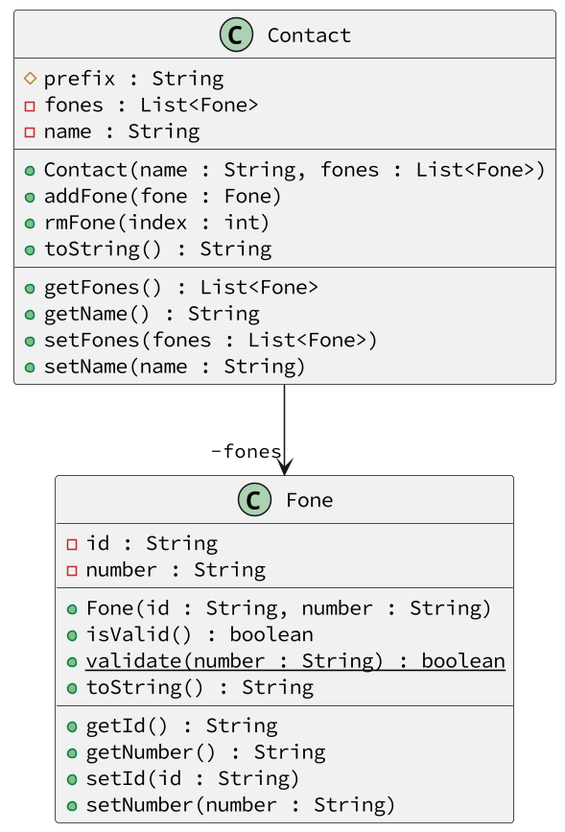
The PlantUML diagram base/014/diagrama.png in qxcodepoo/arcade, before a commit.
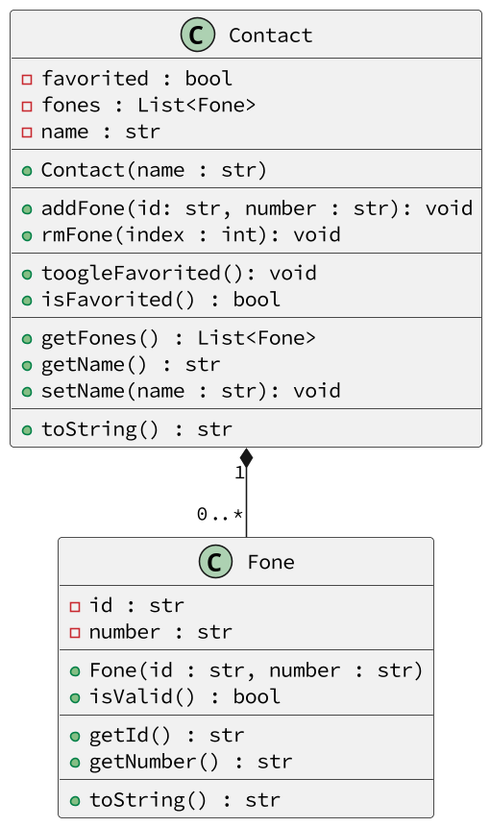
After the commit.

Change to the diagram source:
```diff
@@ -1,34 +1,36 @@
 @startuml
 skinparam defaultFontName Hasklig
 skinparam dpi 150
+class Fone {
+  - id : str
+  - number : str
+  __
+  + Fone(id : str, number : str)
+  + isValid() : bool
+  __
+  + getId() : str
+  + getNumber() : str
+  __
+  + toString() : str
+}
 class Contact {
-  # prefix : String
+  - favorited : bool
   - fones : List<Fone>
-  - name : String
+  - name : str
   __
-  + Contact(name : String, fones : List<Fone>)
-  + addFone(fone : Fone)
-  + rmFone(index : int)
-  + toString() : String
+  + Contact(name : str)
+  __
+  + addFone(id: str, number : str): void
+  + rmFone(index : int): void
+  __
+  + toogleFavorited(): void
+  + isFavorited() : bool
   __
   + getFones() : List<Fone>
-  + getName() : String
-  + setFones(fones : List<Fone>)
-  + setName(name : String)
+  + getName() : str
+  + setName(name : str): void
+  __
+  + toString() : str
 }
-class Fone {
-  - id : String
-  - number : String
-  __
-  + Fone(id : String, number : String)
-  + isValid() : boolean
-  + validate(number : String) : boolean {static}
-  + toString() : String
-  __
-  + getId() : String
-  + getNumber() : String
-  + setId(id : String)
-  + setNumber(number : String)
-}
-Contact -->  "-fones" Fone
+Contact "1" *--  "0..*" Fone
 @enduml
```
